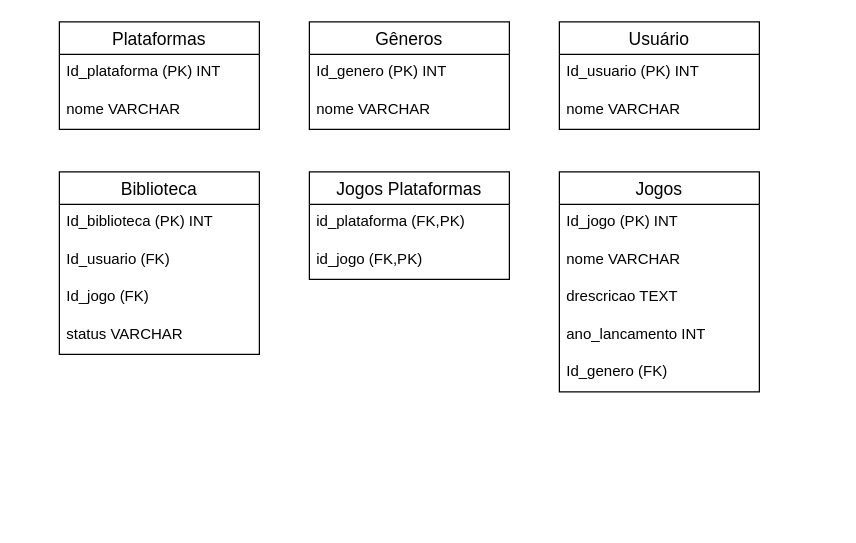
The draw.io diagram TCA.drawio in THEGHOSTZINM/TCA_DAVI, before the edit. Source tidied: cells renumbered, new cells numbered last; positions are measured from the earlier drawing's top-left corner, leaving out a move shared by most shapes. Both pictures are drawn from the tidied source at 125%, with x=0, y=0 at pixel (59, 21).
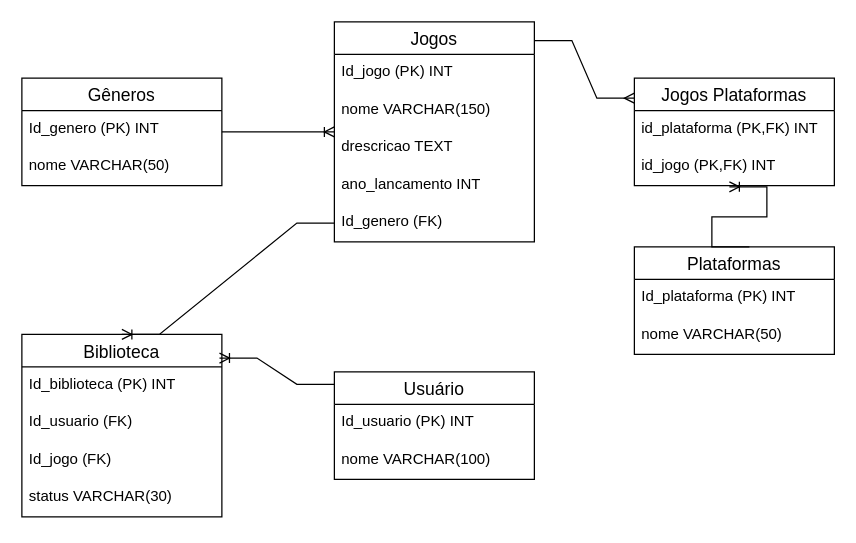
The same diagram, later.

The change refers to these unchanged cells:
```xml
<mxCell id="16" value="Id_genero (FK)" style="text;strokeColor=none;fillColor=none;spacingLeft=4;spacingRight=4;overflow=hidden;points=[[0,0.5],[1,0.5]];portConstraint=eastwest;fontSize=12;whiteSpace=wrap;html=1;" parent="11" vertex="1">
  <mxGeometry y="146" width="160" height="30" as="geometry" />
</mxCell>
```

Diff of the diagram source:
```diff
@@
     <mxCell id="2" value="Gêneros" style="swimlane;fontStyle=0;horizontal=1;startSize=26;align=center;fontSize=14;" parent="1" vertex="1">
-      <mxGeometry x="200" width="160" height="86" as="geometry" />
+      <mxGeometry x="-30" y="45" width="160" height="86" as="geometry" />
     </mxCell>
@@
-    <mxCell id="4" value="nome VARCHAR" style="text;strokeColor=none;fillColor=none;spacingLeft=4;spacingRight=4;overflow=hidden;fontSize=12;whiteSpace=wrap;html=1;" parent="2" vertex="1">
+    <mxCell id="4" value="nome VARCHAR(50)" style="text;strokeColor=none;fillColor=none;spacingLeft=4;spacingRight=4;overflow=hidden;fontSize=12;whiteSpace=wrap;html=1;" parent="2" vertex="1">
       <mxGeometry y="56" width="160" height="30" as="geometry" />
     </mxCell>
     <mxCell id="5" value="Usuário" style="swimlane;fontStyle=0;horizontal=1;startSize=26;align=center;fontSize=14;" parent="1" vertex="1">
-      <mxGeometry x="400" width="160" height="86" as="geometry" />
+      <mxGeometry x="220" y="280" width="160" height="86" as="geometry" />
     </mxCell>
@@
-    <mxCell id="7" value="nome VARCHAR" style="text;strokeColor=none;fillColor=none;spacingLeft=4;spacingRight=4;overflow=hidden;fontSize=12;whiteSpace=wrap;html=1;" parent="5" vertex="1">
+    <mxCell id="7" value="nome VARCHAR(100)" style="text;strokeColor=none;fillColor=none;spacingLeft=4;spacingRight=4;overflow=hidden;fontSize=12;whiteSpace=wrap;html=1;" parent="5" vertex="1">
       <mxGeometry y="56" width="160" height="30" as="geometry" />
     </mxCell>
     <mxCell id="8" value="Plataformas" style="swimlane;fontStyle=0;horizontal=1;startSize=26;align=center;fontSize=14;" parent="1" vertex="1">
-      <mxGeometry width="160" height="86" as="geometry" />
+      <mxGeometry x="460" y="180" width="160" height="86" as="geometry" />
     </mxCell>
@@
-    <mxCell id="10" value="nome VARCHAR" style="text;strokeColor=none;fillColor=none;spacingLeft=4;spacingRight=4;overflow=hidden;fontSize=12;whiteSpace=wrap;html=1;" parent="8" vertex="1">
+    <mxCell id="10" value="nome VARCHAR(50)" style="text;strokeColor=none;fillColor=none;spacingLeft=4;spacingRight=4;overflow=hidden;fontSize=12;whiteSpace=wrap;html=1;" parent="8" vertex="1">
       <mxGeometry y="56" width="160" height="30" as="geometry" />
     </mxCell>
     <mxCell id="11" value="Jogos" style="swimlane;fontStyle=0;horizontal=1;startSize=26;align=center;fontSize=14;" parent="1" vertex="1">
-      <mxGeometry x="400" y="120" width="160" height="176" as="geometry" />
+      <mxGeometry x="220" width="160" height="176" as="geometry" />
     </mxCell>
@@
-    <mxCell id="13" value="nome VARCHAR" style="text;strokeColor=none;fillColor=none;spacingLeft=4;spacingRight=4;overflow=hidden;fontSize=12;whiteSpace=wrap;html=1;" parent="11" vertex="1">
+    <mxCell id="13" value="nome VARCHAR(150)" style="text;strokeColor=none;fillColor=none;spacingLeft=4;spacingRight=4;overflow=hidden;fontSize=12;whiteSpace=wrap;html=1;" parent="11" vertex="1">
       <mxGeometry y="56" width="160" height="30" as="geometry" />
     </mxCell>
@@
     <mxCell id="17" value="Biblioteca" style="swimlane;fontStyle=0;horizontal=1;startSize=26;align=center;fontSize=14;" parent="1" vertex="1">
-      <mxGeometry y="120" width="160" height="146" as="geometry" />
+      <mxGeometry x="-30" y="250" width="160" height="146" as="geometry" />
     </mxCell>
@@
-    <mxCell id="21" value="status VARCHAR" style="text;strokeColor=none;fillColor=none;spacingLeft=4;spacingRight=4;overflow=hidden;fontSize=12;whiteSpace=wrap;html=1;" parent="17" vertex="1">
+    <mxCell id="21" value="status VARCHAR(30)" style="text;strokeColor=none;fillColor=none;spacingLeft=4;spacingRight=4;overflow=hidden;fontSize=12;whiteSpace=wrap;html=1;" parent="17" vertex="1">
       <mxGeometry y="116" width="160" height="30" as="geometry" />
     </mxCell>
     <mxCell id="22" value="Jogos Plataformas" style="swimlane;fontStyle=0;horizontal=1;startSize=26;align=center;fontSize=14;" parent="1" vertex="1">
-      <mxGeometry x="200" y="120" width="160" height="86" as="geometry" />
+      <mxGeometry x="460" y="45" width="160" height="86" as="geometry" />
     </mxCell>
-    <mxCell id="23" value="id_plataforma (FK,PK)" style="text;strokeColor=none;fillColor=none;spacingLeft=4;spacingRight=4;overflow=hidden;fontSize=12;whiteSpace=wrap;html=1;" parent="22" vertex="1">
+    <mxCell id="23" value="id_plataforma (PK,FK) INT" style="text;strokeColor=none;fillColor=none;spacingLeft=4;spacingRight=4;overflow=hidden;fontSize=12;whiteSpace=wrap;html=1;" parent="22" vertex="1">
       <mxGeometry y="26" width="160" height="30" as="geometry" />
     </mxCell>
-    <mxCell id="24" value="id_jogo (FK,PK)" style="text;strokeColor=none;fillColor=none;spacingLeft=4;spacingRight=4;overflow=hidden;points=[[0,0.5],[1,0.5]];portConstraint=eastwest;fontSize=12;whiteSpace=wrap;html=1;" parent="22" vertex="1">
+    <mxCell id="24" value="id_jogo (PK,FK) INT" style="text;strokeColor=none;fillColor=none;spacingLeft=4;spacingRight=4;overflow=hidden;points=[[0,0.5],[1,0.5]];portConstraint=eastwest;fontSize=12;whiteSpace=wrap;html=1;" parent="22" vertex="1">
       <mxGeometry y="56" width="160" height="30" as="geometry" />
     </mxCell>
+    <mxCell id="25" style="edgeStyle=entityRelationEdgeStyle;fontSize=12;html=1;endArrow=ERoneToMany;rounded=0;" parent="1" edge="1" source="2" target="11">
+      <mxGeometry relative="1" as="geometry">
+        <Array as="points">
+          <mxPoint x="330" y="370" />
+        </Array>
+      </mxGeometry>
+    </mxCell>
+    <mxCell id="26" style="edgeStyle=entityRelationEdgeStyle;fontSize=12;html=1;endArrow=ERoneToMany;rounded=0;entryX=0.988;entryY=0.13;entryDx=0;entryDy=0;entryPerimeter=0;exitX=0;exitY=0.116;exitDx=0;exitDy=0;exitPerimeter=0;" parent="1" edge="1" source="5" target="17">
+      <mxGeometry relative="1" as="geometry">
+        <Array as="points">
+          <mxPoint x="166" y="207" />
+          <mxPoint x="186" y="220" />
+        </Array>
+      </mxGeometry>
+    </mxCell>
+    <mxCell id="27" style="edgeStyle=entityRelationEdgeStyle;fontSize=12;html=1;endArrow=ERoneToMany;rounded=0;exitX=0;exitY=0.5;exitDx=0;exitDy=0;entryX=0.5;entryY=0;entryDx=0;entryDy=0;" parent="1" edge="1" source="16" target="17">
+      <mxGeometry relative="1" as="geometry">
+        <Array as="points">
+          <mxPoint x="412" y="118.5" />
+          <mxPoint x="412" y="88.5" />
+          <mxPoint x="-60" y="165.5" />
+          <mxPoint x="-170" y="135.5" />
+          <mxPoint x="-150" y="175.5" />
+          <mxPoint x="-140" y="165.5" />
+          <mxPoint x="-100" y="175.5" />
+        </Array>
+      </mxGeometry>
+    </mxCell>
+    <mxCell id="28" style="edgeStyle=entityRelationEdgeStyle;fontSize=12;html=1;endArrow=ERmany;rounded=0;exitX=1;exitY=0.085;exitDx=0;exitDy=0;exitPerimeter=0;entryX=0;entryY=0.186;entryDx=0;entryDy=0;entryPerimeter=0;" parent="1" edge="1" source="11" target="22">
+      <mxGeometry relative="1" as="geometry" />
+    </mxCell>
+    <mxCell id="29" style="edgeStyle=entityRelationEdgeStyle;fontSize=12;html=1;endArrow=ERoneToMany;rounded=0;exitX=0.575;exitY=0;exitDx=0;exitDy=0;exitPerimeter=0;entryX=0.475;entryY=1.033;entryDx=0;entryDy=0;entryPerimeter=0;" parent="1" edge="1" source="8" target="24">
+      <mxGeometry relative="1" as="geometry" />
+    </mxCell>
```
